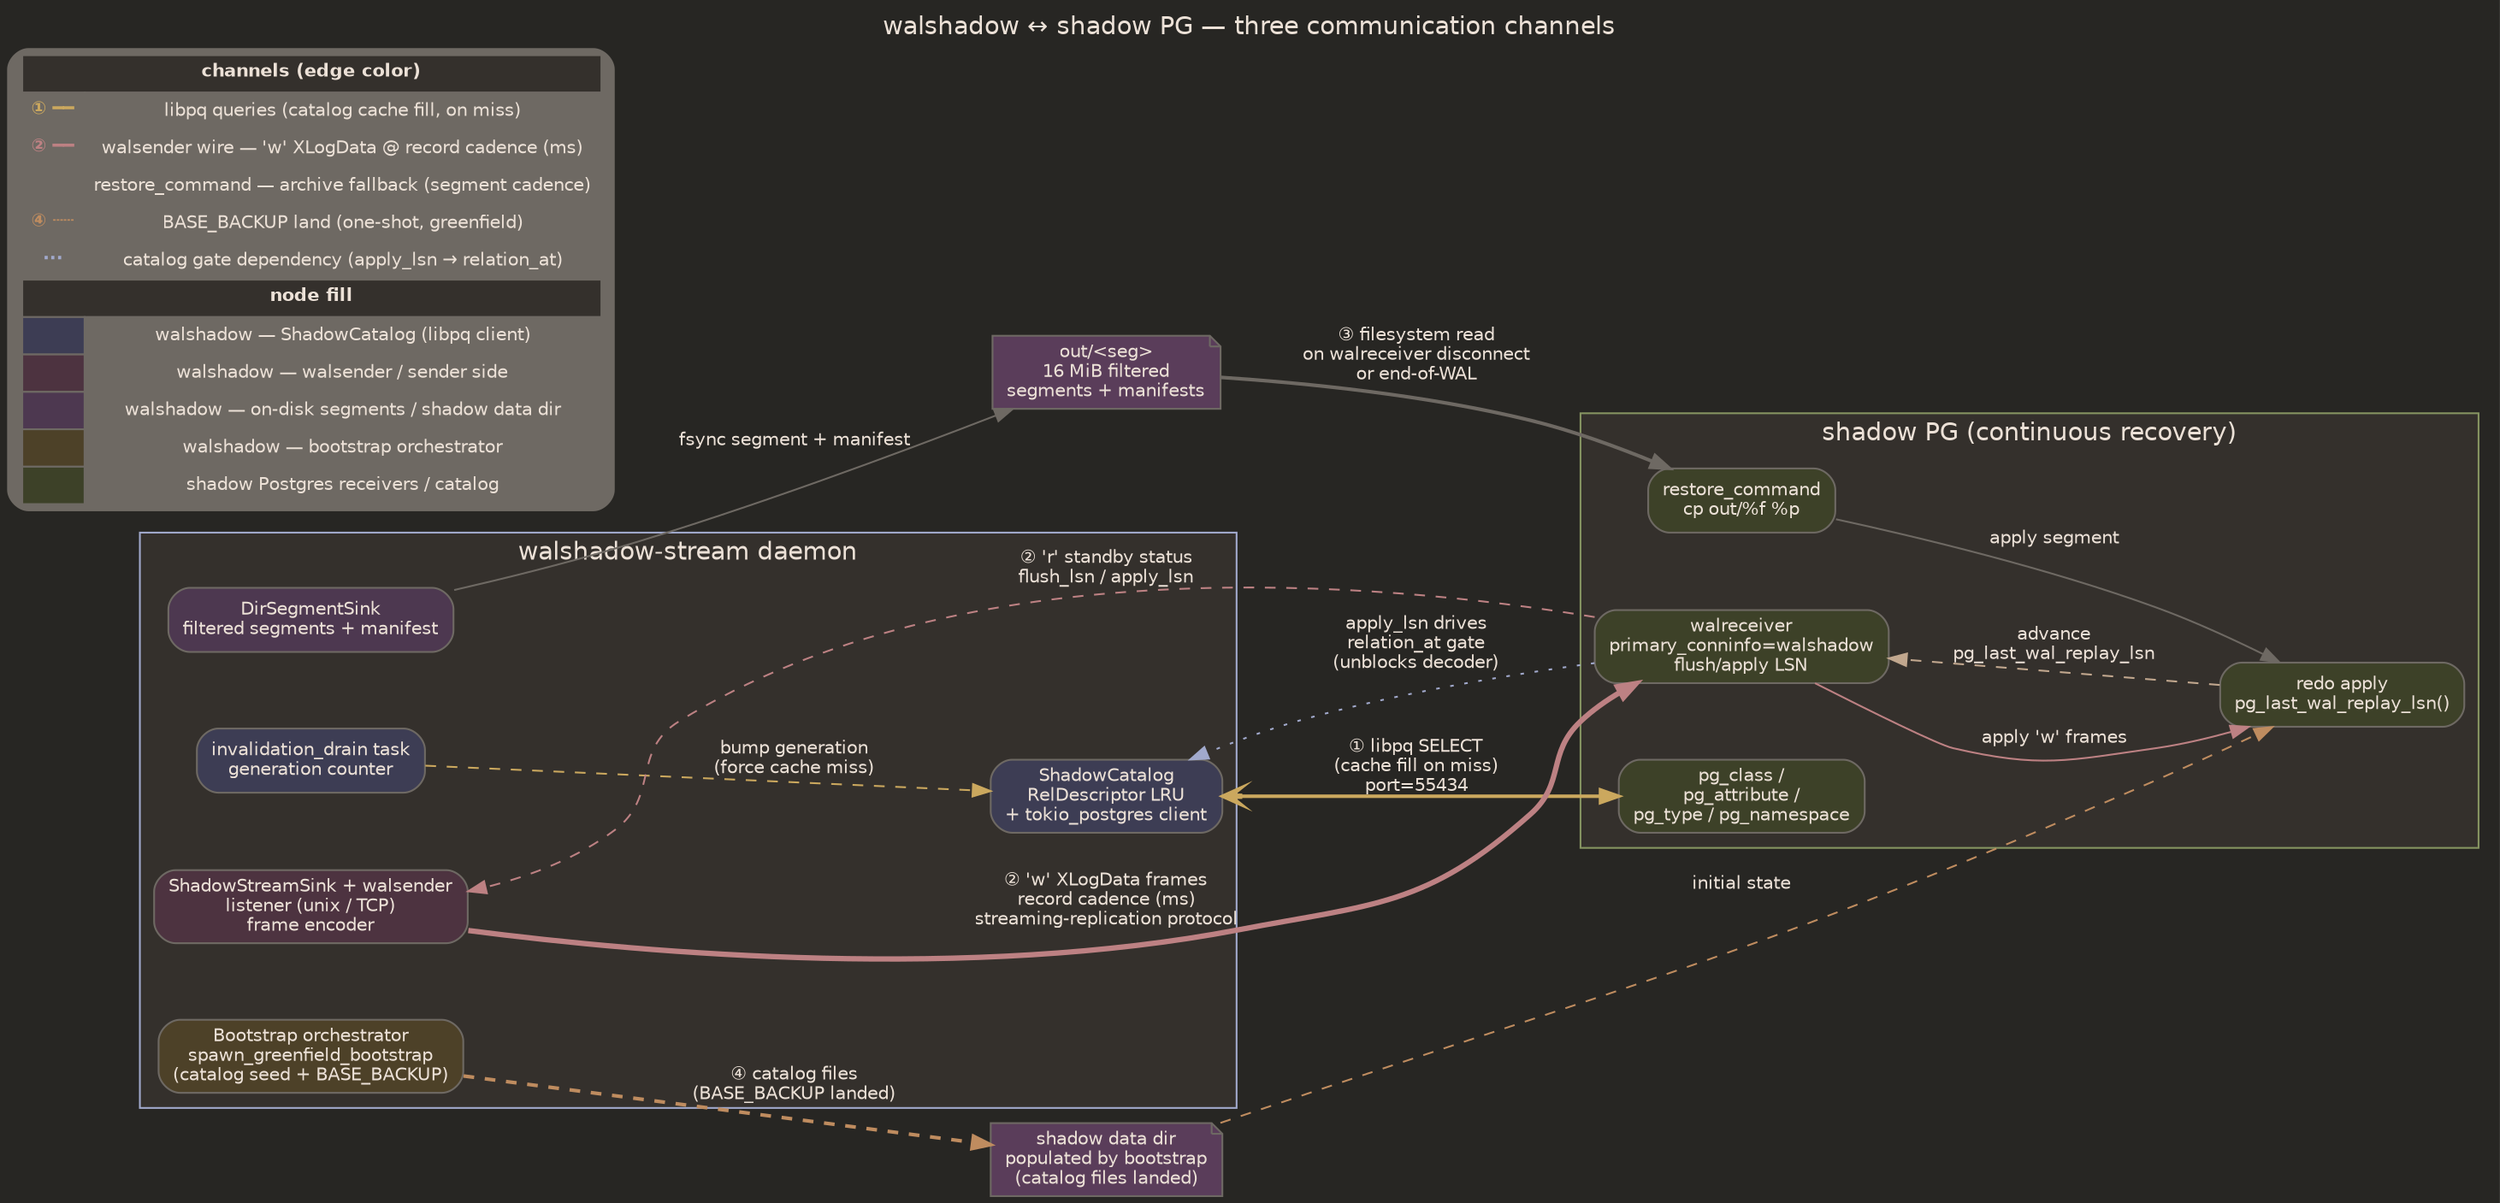
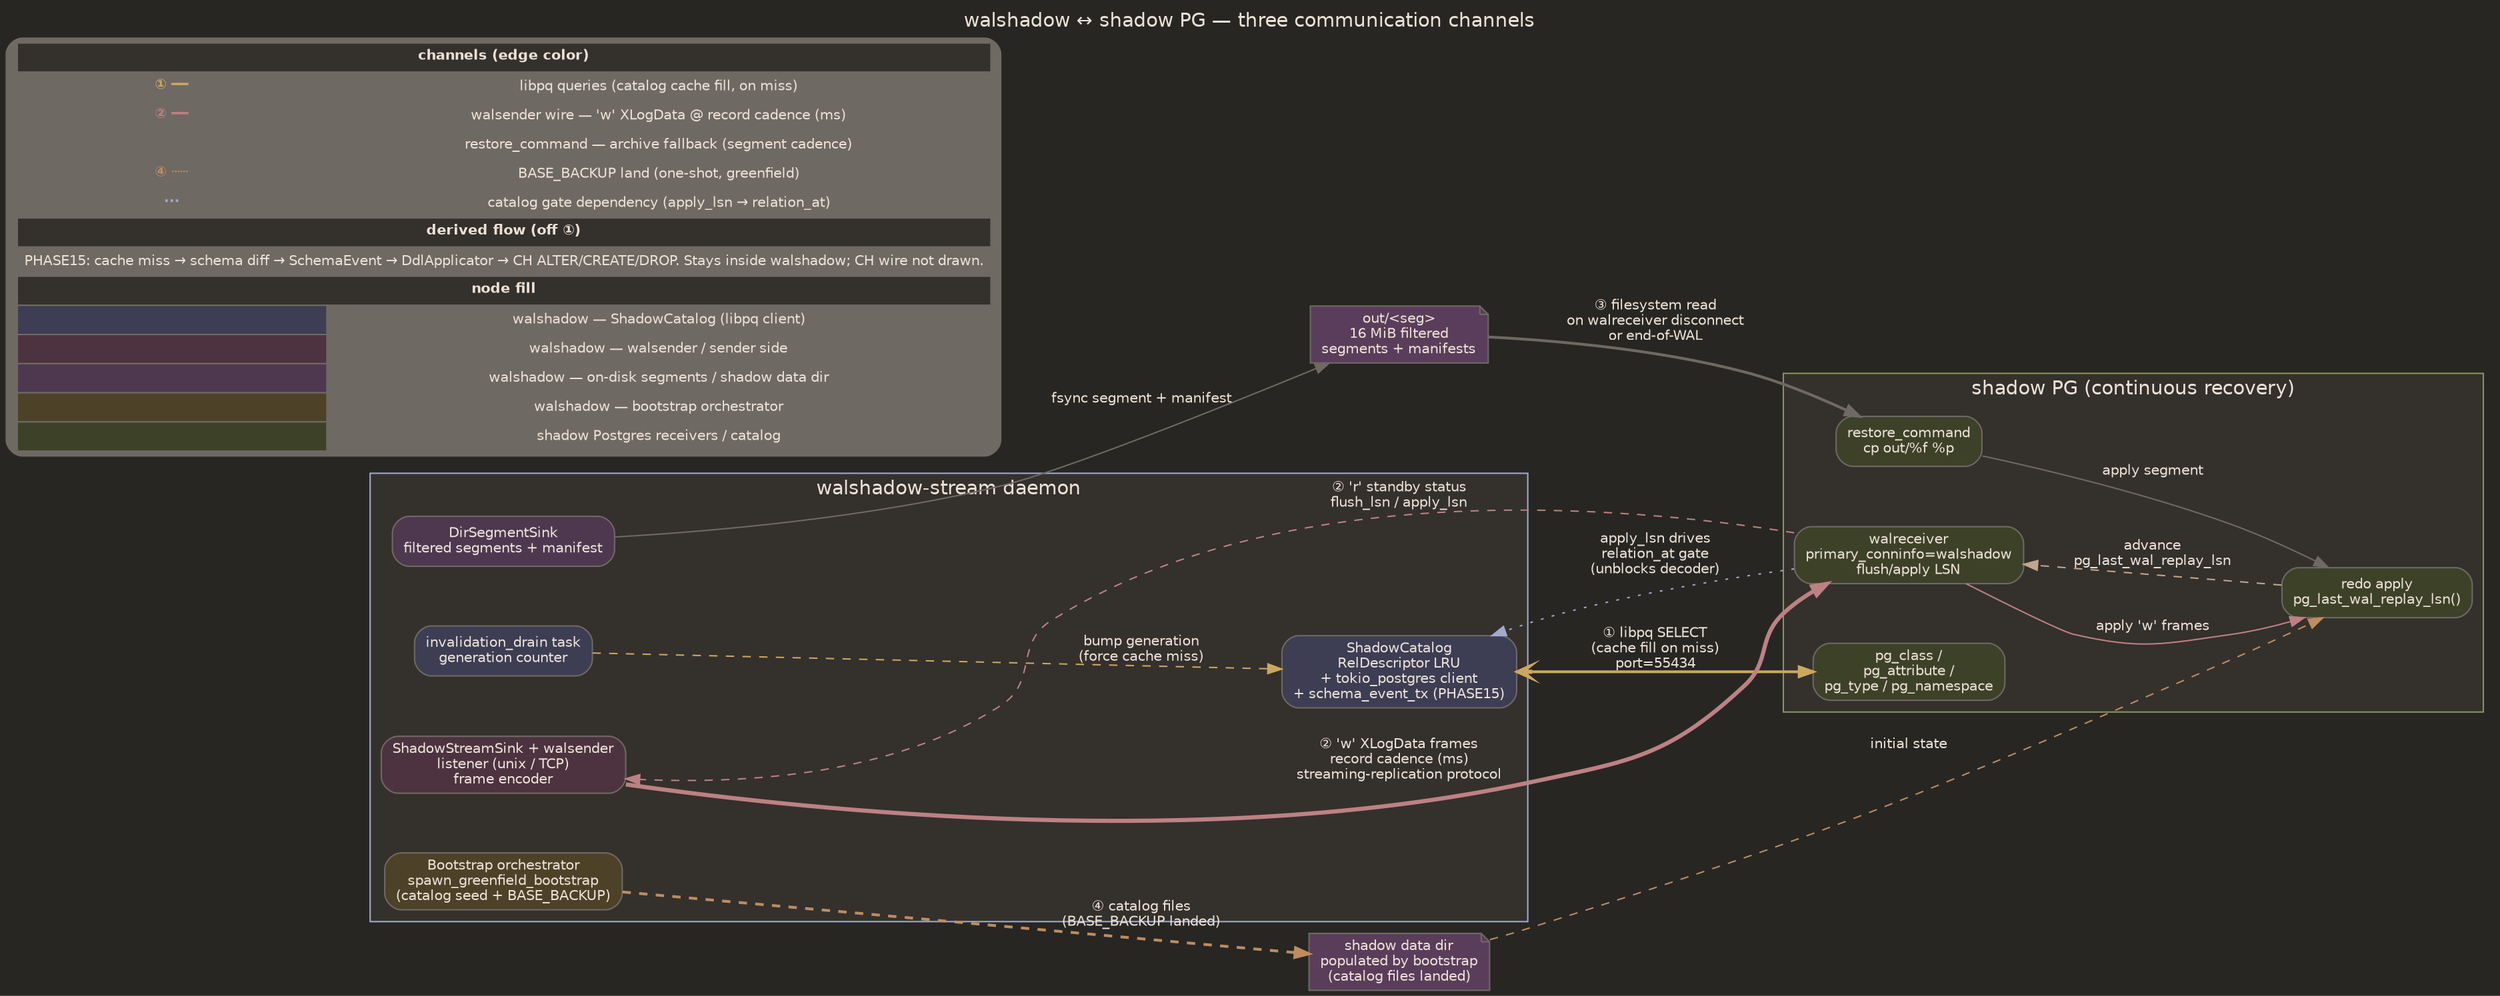
// walshadow ↔ shadow PG — three communication channels
// 1. libpq queries (catalog cache fill)
// 2. walsender wire (record-cadence WAL push, Phase 13)
// 3. restore_command (archive fallback, segment cadence)
digraph shadow_comm {
  rankdir=LR;
  graph [fontname="Helvetica", labelloc="t", label="walshadow ↔ shadow PG — three communication channels", fontsize=14, splines=spline, nodesep=0.6, ranksep=1.0, bgcolor="#272623", fontcolor="#ECE1D7"];
  node  [fontname="Helvetica", fontsize=10, shape=box, style="rounded,filled", color="#6E6963", fontcolor="#ECE1D7"];
  edge  [fontname="Helvetica", fontsize=10, color="#c1a78e", fontcolor="#ECE1D7"];

  // ──────── walshadow side ────────
  subgraph cluster_w {
    label="walshadow-stream daemon"; style="solid"; color="#A1A9CC";
    bgcolor="#34302c";

-     catalog [label="ShadowCatalog\nRelDescriptor LRU\n+ tokio_postgres client", fillcolor="#3D3D54"];
+     catalog [label="ShadowCatalog\nRelDescriptor LRU\n+ tokio_postgres client\n+ schema_event_tx (PHASE15)", fillcolor="#3D3D54"];
    inval   [label="invalidation_drain task\ngeneration counter", fillcolor="#3D3D54"];

    sender  [label="ShadowStreamSink + walsender\nlistener (unix / TCP)\nframe encoder", fillcolor="#4D3340"];
    segwrt  [label="DirSegmentSink\nfiltered segments + manifest", fillcolor="#4D3850"];

    bootstrap [label="Bootstrap orchestrator\nspawn_greenfield_bootstrap\n(catalog seed + BASE_BACKUP)", fillcolor="#4D4128"];
  }

  // ──────── on-disk archive ────────
  outdir [label="out/<seg>\n16 MiB filtered\nsegments + manifests", fillcolor="#5A3D5A", shape=note];
  dataok [label="shadow data dir\npopulated by bootstrap\n(catalog files landed)", fillcolor="#5A3D5A", shape=note];

  // ──────── shadow side ────────
  subgraph cluster_s {
    label="shadow PG (continuous recovery)"; style="solid"; color="#869461";
    bgcolor="#34302c";

    walrecv [label="walreceiver\nprimary_conninfo=walshadow\nflush/apply LSN", fillcolor="#3D4128"];
    restorer[label="restore_command\ncp out/%f %p", fillcolor="#3D4128"];
    shadcat [label="pg_class /\npg_attribute /\npg_type / pg_namespace", fillcolor="#3D4128"];
    pglog   [label="redo apply\npg_last_wal_replay_lsn()", fillcolor="#3D4128"];
  }

  // ──────── Channel 1: libpq (catalog reads) ────────
  catalog -> shadcat [label="① libpq SELECT\n(cache fill on miss)\nport=55434", color="#CBA85E", dir=both, arrowtail=open, penwidth=2];

  // ──────── Channel 2: walsender wire (Phase 13 — hot path) ────────
  sender  -> walrecv [label="② 'w' XLogData frames\nrecord cadence (ms)\nstreaming-replication protocol", color="#BD8183", penwidth=3];
  walrecv -> sender  [label="② 'r' standby status\nflush_lsn / apply_lsn", color="#BD8183", style=dashed];

  // ──────── Channel 3: restore_command (archive fallback) ────────
  segwrt  -> outdir  [label="fsync segment + manifest", color="#6E6963"];
  outdir  -> restorer[label="③ filesystem read\non walreceiver disconnect\nor end-of-WAL", color="#6E6963", penwidth=2];
  restorer-> pglog   [label="apply segment", color="#6E6963"];
  walrecv -> pglog   [label="apply 'w' frames", color="#BD8183"];

  // ──────── Bootstrap channel (one-shot) ────────
  bootstrap -> dataok [label="④ catalog files\n(BASE_BACKUP landed)", color="#BF8C5F", style=dashed, penwidth=2];
  dataok    -> pglog  [label="initial state", color="#BF8C5F", style=dashed];

  // ──────── Catalog invalidation feedback ────────
  pglog   -> walrecv [label="advance\npg_last_wal_replay_lsn", style=dashed];
  inval   -> catalog [label="bump generation\n(force cache miss)", style=dashed, color="#CBA85E"];

  // ──────── Catalog gate dependency ────────
  walrecv -> catalog [label="apply_lsn drives\nrelation_at gate\n(unblocks decoder)", style=dotted, color="#A1A9CC", constraint=false];

  // ──────── Legend ────────
  legend [shape=plaintext, label=<
    <TABLE BORDER="0" CELLBORDER="1" CELLSPACING="0" CELLPADDING="4">
      <TR><TD COLSPAN="2" BGCOLOR="#34302c"><B>channels (edge color)</B></TD></TR>
      <TR><TD><FONT COLOR="#CBA85E"><B>① ━━</B></FONT></TD><TD>libpq queries (catalog cache fill, on miss)</TD></TR>
      <TR><TD><FONT COLOR="#BD8183"><B>② ━━</B></FONT></TD><TD>walsender wire — 'w' XLogData @ record cadence (ms)</TD></TR>
      <TR><TD><FONT COLOR="#6E6963"><B>③ ━━</B></FONT></TD><TD>restore_command — archive fallback (segment cadence)</TD></TR>
      <TR><TD><FONT COLOR="#BF8C5F"><B>④ ┄┄</B></FONT></TD><TD>BASE_BACKUP land (one-shot, greenfield)</TD></TR>
      <TR><TD><FONT COLOR="#A1A9CC"><B>···</B></FONT></TD><TD>catalog gate dependency (apply_lsn → relation_at)</TD></TR>
+       <TR><TD COLSPAN="2" BGCOLOR="#34302c"><B>derived flow (off ①)</B></TD></TR>
+       <TR><TD COLSPAN="2">PHASE15: cache miss → schema diff → SchemaEvent → DdlApplicator → CH ALTER/CREATE/DROP. Stays inside walshadow; CH wire not drawn.</TD></TR>
      <TR><TD COLSPAN="2" BGCOLOR="#34302c"><B>node fill</B></TD></TR>
      <TR><TD BGCOLOR="#3D3D54" WIDTH="28"></TD><TD>walshadow — ShadowCatalog (libpq client)</TD></TR>
      <TR><TD BGCOLOR="#4D3340"></TD><TD>walshadow — walsender / sender side</TD></TR>
      <TR><TD BGCOLOR="#4D3850"></TD><TD>walshadow — on-disk segments / shadow data dir</TD></TR>
      <TR><TD BGCOLOR="#4D4128"></TD><TD>walshadow — bootstrap orchestrator</TD></TR>
      <TR><TD BGCOLOR="#3D4128"></TD><TD>shadow Postgres receivers / catalog</TD></TR>
    </TABLE>
  >];
}
